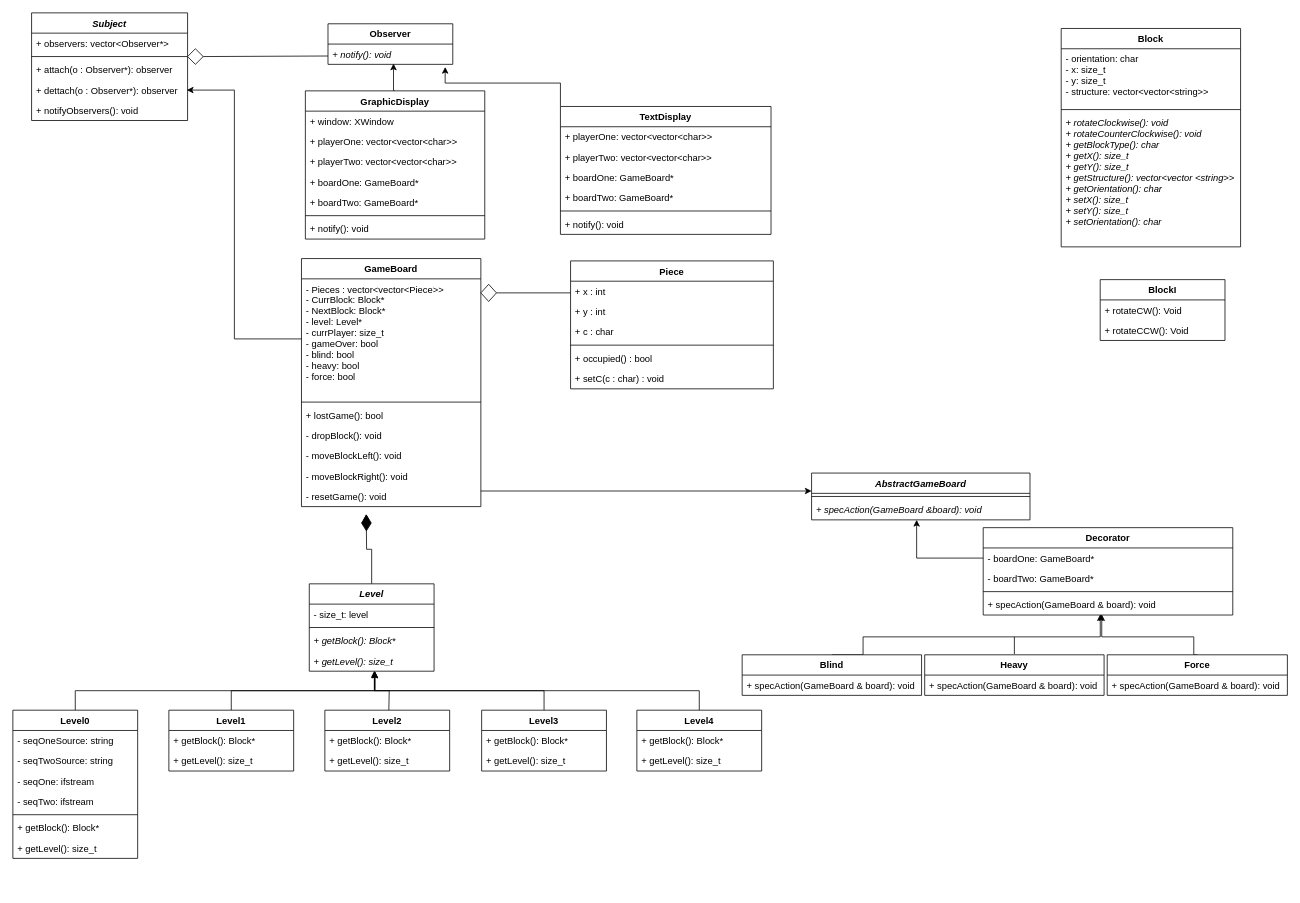
velomafinsights/biquadris keeps this draw.io diagram as UML.drawio. Above is the earlier version. Source tidied: cells renumbered, new cells numbered last; positions are measured from the earlier drawing's top-left corner, leaving out a move shared by most shapes. Both pictures are drawn from the tidied source at 78%, with x=0, y=0 at pixel (12, 12).
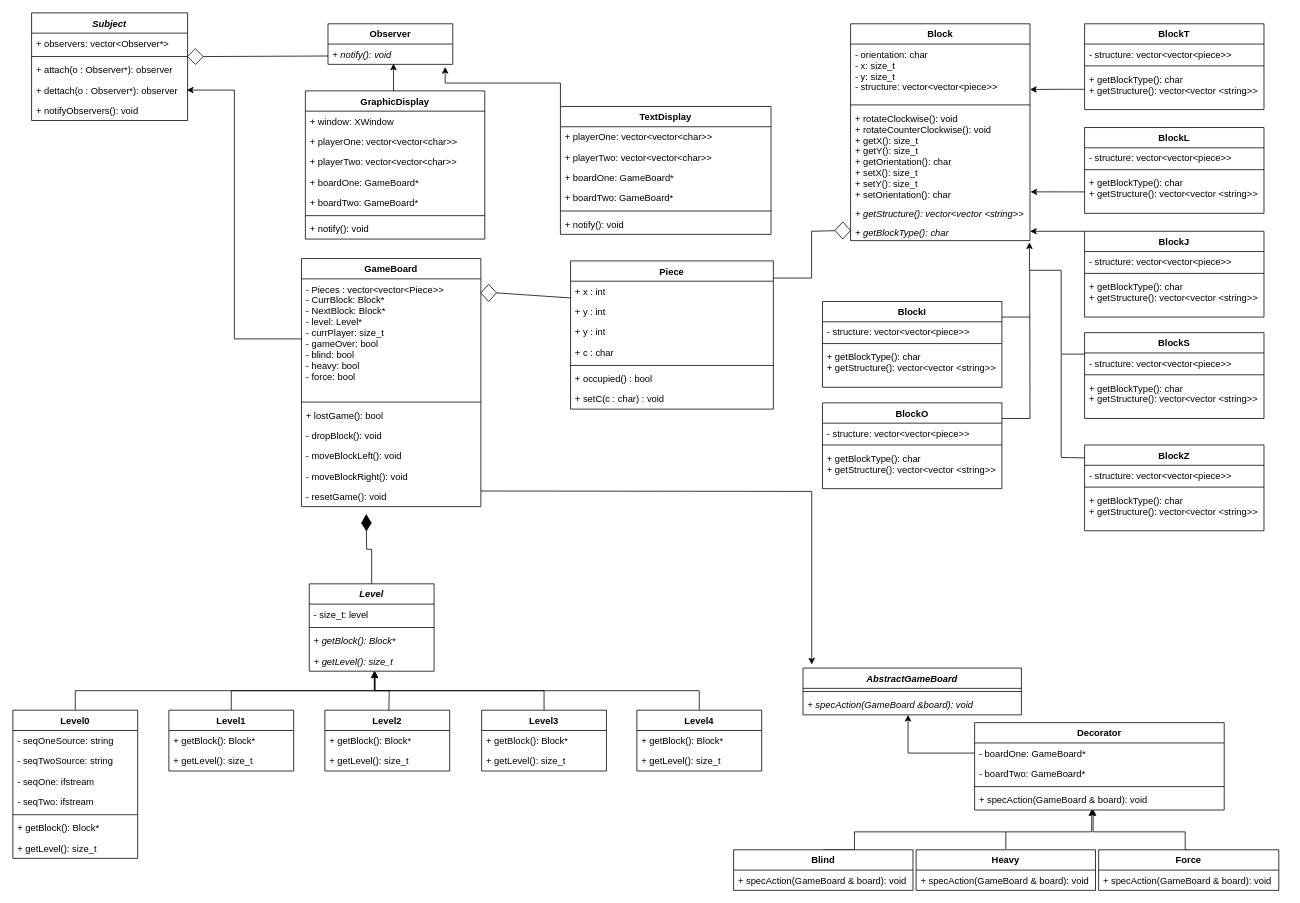
The same diagram, later.

Commit message:
Almost Final Copy

The change refers to these unchanged cells:
```xml
<mxCell id="46" value="+ specAction(GameBoard &amp; board): void" style="text;strokeColor=none;fillColor=none;align=left;verticalAlign=top;spacingLeft=4;spacingRight=4;overflow=hidden;points=[[0,0.5],[1,0.5]];portConstraint=eastwest;" parent="42" vertex="1">
  <mxGeometry y="86" width="320" height="26" as="geometry" />
</mxCell>
```

The edit, as a diff of the source:
```diff
@@
     <mxCell id="35" value="Block" style="swimlane;fontStyle=1;align=center;verticalAlign=top;horizontal=1;startSize=26;" parent="1" vertex="1">
-      <mxGeometry x="1344" y="20" width="230" height="280" as="geometry" />
+      <mxGeometry x="1074" y="14" width="230" height="278" as="geometry" />
     </mxCell>
-    <mxCell id="36" value="- orientation: char&#10;- x: size_t&#10;- y: size_t&#10;- structure: vector&lt;vector&lt;string&gt;&gt;" style="text;strokeColor=none;fillColor=none;align=left;verticalAlign=top;spacingLeft=4;spacingRight=4;overflow=hidden;points=[[0,0.5],[1,0.5]];portConstraint=eastwest;" parent="35" vertex="1">
+    <mxCell id="36" value="- orientation: char&#10;- x: size_t&#10;- y: size_t&#10;- structure: vector&lt;vector&lt;piece&gt;&gt;" style="text;strokeColor=none;fillColor=none;align=left;verticalAlign=top;spacingLeft=4;spacingRight=4;overflow=hidden;points=[[0,0.5],[1,0.5]];portConstraint=eastwest;" parent="35" vertex="1">
       <mxGeometry y="26" width="230" height="74" as="geometry" />
     </mxCell>
@@
-    <mxCell id="38" value="+ rotateClockwise(): void&#10;+ rotateCounterClockwise(): void&#10;+ getBlockType(): char&#10;+ getX(): size_t&#10;+ getY(): size_t&#10;+ getStructure(): vector&lt;vector &lt;string&gt;&gt;&#10;+ getOrientation(): char&#10;+ setX(): size_t&#10;+ setY(): size_t&#10;+ setOrientation(): char&#10;" style="text;strokeColor=none;fillColor=none;align=left;verticalAlign=top;spacingLeft=4;spacingRight=4;overflow=hidden;points=[[0,0.5],[1,0.5]];portConstraint=eastwest;fontStyle=2;" parent="35" vertex="1">
-      <mxGeometry y="108" width="230" height="172" as="geometry" />
+    <mxCell id="38" value="+ rotateClockwise(): void&#10;+ rotateCounterClockwise(): void&#10;+ getX(): size_t&#10;+ getY(): size_t&#10;+ getOrientation(): char&#10;+ setX(): size_t&#10;+ setY(): size_t&#10;+ setOrientation(): char" style="text;strokeColor=none;fillColor=none;align=left;verticalAlign=top;spacingLeft=4;spacingRight=4;overflow=hidden;points=[[0,0.5],[1,0.5]];portConstraint=eastwest;fontStyle=0;" parent="35" vertex="1">
+      <mxGeometry y="108" width="230" height="122" as="geometry" />
     </mxCell>
-    <mxCell id="39" value="BlockI" style="swimlane;fontStyle=1;align=center;verticalAlign=top;horizontal=1;startSize=26;" parent="1" vertex="1">
-      <mxGeometry x="1394" y="342" width="160" height="78" as="geometry" />
-    </mxCell>
-    <mxCell id="40" value="+ rotateCW(): Void" style="text;strokeColor=none;fillColor=none;align=left;verticalAlign=top;spacingLeft=4;spacingRight=4;overflow=hidden;" parent="39" vertex="1">
-      <mxGeometry y="26" width="160" height="26" as="geometry" />
-    </mxCell>
-    <mxCell id="41" value="+ rotateCCW(): Void" style="text;strokeColor=none;fillColor=none;align=left;verticalAlign=top;spacingLeft=4;spacingRight=4;overflow=hidden;" parent="39" vertex="1">
-      <mxGeometry y="52" width="160" height="26" as="geometry" />
-    </mxCell>
+    <mxCell id="105" value="+ getStructure(): vector&lt;vector &lt;string&gt;&gt;" style="text;strokeColor=none;fillColor=none;align=left;verticalAlign=top;spacingLeft=4;spacingRight=4;overflow=hidden;fontStyle=2;" parent="35" vertex="1">
+      <mxGeometry y="230" width="230" height="24" as="geometry" />
+    </mxCell>
+    <mxCell id="106" value="+ getBlockType(): char" style="text;strokeColor=none;fillColor=none;align=left;verticalAlign=top;spacingLeft=4;spacingRight=4;overflow=hidden;points=[[0,0.5],[1,0.5]];portConstraint=eastwest;fontStyle=2;" parent="35" vertex="1">
+      <mxGeometry y="254" width="230" height="24" as="geometry" />
+    </mxCell>
     <mxCell id="42" value="Decorator&#10;" style="swimlane;fontStyle=1;align=center;verticalAlign=top;horizontal=1;startSize=26;" parent="1" vertex="1">
-      <mxGeometry x="1244" y="660" width="320" height="112" as="geometry" />
+      <mxGeometry x="1233" y="910" width="320" height="112" as="geometry" />
     </mxCell>
@@
     <mxCell id="47" value="Piece" style="swimlane;fontStyle=1;align=center;verticalAlign=top;horizontal=1;startSize=26;" parent="1" vertex="1">
-      <mxGeometry x="715" y="318" width="260" height="164" as="geometry" />
+      <mxGeometry x="715" y="318" width="260" height="190" as="geometry" />
     </mxCell>
@@
+    <mxCell id="107" value="+ y : int" style="text;strokeColor=none;fillColor=none;align=left;verticalAlign=top;spacingLeft=4;spacingRight=4;overflow=hidden;" parent="47" vertex="1">
+      <mxGeometry y="78" width="260" height="26" as="geometry" />
+    </mxCell>
     <mxCell id="50" value="+ c : char" style="text;strokeColor=none;fillColor=none;align=left;verticalAlign=top;spacingLeft=4;spacingRight=4;overflow=hidden;" parent="47" vertex="1">
-      <mxGeometry y="78" width="260" height="26" as="geometry" />
+      <mxGeometry y="104" width="260" height="26" as="geometry" />
     </mxCell>
     <mxCell id="51" style="line;strokeWidth=1;fillColor=none;align=left;verticalAlign=middle;spacingTop=-1;spacingLeft=3;spacingRight=3;labelPosition=right;strokeColor=inherit;" parent="47" vertex="1">
-      <mxGeometry y="104" width="260" height="8" as="geometry" />
+      <mxGeometry y="130" width="260" height="8" as="geometry" />
     </mxCell>
     <mxCell id="52" value="+ occupied() : bool" style="text;strokeColor=none;fillColor=none;align=left;verticalAlign=top;spacingLeft=4;spacingRight=4;overflow=hidden;" parent="47" vertex="1">
-      <mxGeometry y="112" width="260" height="26" as="geometry" />
+      <mxGeometry y="138" width="260" height="26" as="geometry" />
     </mxCell>
     <mxCell id="53" value="+ setC(c : char) : void" style="text;strokeColor=none;fillColor=none;align=left;verticalAlign=top;spacingLeft=4;spacingRight=4;overflow=hidden;" parent="47" vertex="1">
-      <mxGeometry y="138" width="260" height="26" as="geometry" />
+      <mxGeometry y="164" width="260" height="26" as="geometry" />
     </mxCell>
     <mxCell id="54" style="edgeStyle=orthogonalEdgeStyle;rounded=0;jettySize=auto;html=1;exitX=0.5;exitY=0;exitDx=0;exitDy=0;entryX=0.469;entryY=0.962;entryDx=0;entryDy=0;entryPerimeter=0;" parent="1" edge="1" source="55" target="46">
       <mxGeometry relative="1" as="geometry">
         <Array as="points">
-          <mxPoint x="1090" y="800" />
-          <mxPoint x="1394" y="800" />
+          <mxPoint x="1079" y="1050" />
+          <mxPoint x="1383" y="1050" />
         </Array>
       </mxGeometry>
     </mxCell>
     <mxCell id="55" value="Blind" style="swimlane;fontStyle=1;align=center;verticalAlign=top;horizontal=1;startSize=26;" parent="1" vertex="1">
-      <mxGeometry x="935" y="823" width="230" height="52" as="geometry" />
+      <mxGeometry x="924" y="1073" width="230" height="52" as="geometry" />
     </mxCell>
@@
     <mxCell id="57" style="edgeStyle=orthogonalEdgeStyle;rounded=0;jettySize=auto;html=1;exitX=0.5;exitY=0;exitDx=0;exitDy=0;entryX=0.475;entryY=0.962;entryDx=0;entryDy=0;entryPerimeter=0;" parent="1" edge="1" source="58" target="46">
       <mxGeometry relative="1" as="geometry">
         <Array as="points">
-          <mxPoint x="1514" y="800" />
-          <mxPoint x="1396" y="800" />
+          <mxPoint x="1503" y="1050" />
+          <mxPoint x="1385" y="1050" />
         </Array>
       </mxGeometry>
     </mxCell>
     <mxCell id="58" value="Force" style="swimlane;fontStyle=1;align=center;verticalAlign=top;horizontal=1;startSize=26;" parent="1" vertex="1">
-      <mxGeometry x="1403" y="823" width="231" height="52" as="geometry" />
+      <mxGeometry x="1392" y="1073" width="231" height="52" as="geometry" />
     </mxCell>
@@
     <mxCell id="60" value="Heavy" style="swimlane;fontStyle=1;align=center;verticalAlign=top;horizontal=1;startSize=26;" parent="1" vertex="1">
-      <mxGeometry x="1169" y="823" width="230" height="52" as="geometry" />
+      <mxGeometry x="1158" y="1073" width="230" height="52" as="geometry" />
     </mxCell>
@@
     <mxCell id="66" value="AbstractGameBoard" style="swimlane;fontStyle=3;align=center;verticalAlign=top;horizontal=1;startSize=26;" parent="1" vertex="1">
-      <mxGeometry x="1024" y="590" width="280" height="60" as="geometry" />
+      <mxGeometry x="1013" y="840" width="280" height="60" as="geometry" />
     </mxCell>
@@
-    <mxCell id="70" style="edgeStyle=orthogonalEdgeStyle;rounded=0;orthogonalLoop=1;jettySize=auto;html=1;exitX=1;exitY=0.5;exitDx=0;exitDy=0;entryX=0;entryY=0.5;entryDx=0;entryDy=0;" parent="1" edge="1">
+    <mxCell id="70" style="edgeStyle=orthogonalEdgeStyle;rounded=0;jettySize=auto;html=1;exitX=1;exitY=0.5;exitDx=0;exitDy=0;entryX=0.04;entryY=-0.076;entryDx=0;entryDy=0;entryPerimeter=0;" parent="1" edge="1" target="66">
       <mxGeometry relative="1" as="geometry">
         <mxPoint x="600" y="613" as="sourcePoint" />
-        <mxPoint x="1024" y="613" as="targetPoint" />
       </mxGeometry>
     </mxCell>
@@
     <mxCell id="104" style="endArrow=none;html=1;rounded=0;" parent="1" edge="1">
       <mxGeometry relative="1" as="geometry">
-        <mxPoint x="1284" y="822" as="sourcePoint" />
-        <mxPoint x="1284" y="800" as="targetPoint" />
+        <mxPoint x="1273" y="1072" as="sourcePoint" />
+        <mxPoint x="1273" y="1050" as="targetPoint" />
       </mxGeometry>
     </mxCell>
+    <mxCell id="39" value="BlockI" style="swimlane;fontStyle=1;align=center;verticalAlign=top;horizontal=1;startSize=26;" parent="1" vertex="1">
+      <mxGeometry x="1038" y="370" width="230" height="110" as="geometry" />
+    </mxCell>
+    <mxCell id="108" value="- structure: vector&lt;vector&lt;piece&gt;&gt;" style="text;strokeColor=none;fillColor=none;align=left;verticalAlign=top;spacingLeft=4;spacingRight=4;overflow=hidden;" parent="39" vertex="1">
+      <mxGeometry y="26" width="230" height="24" as="geometry" />
+    </mxCell>
+    <mxCell id="109" style="line;strokeWidth=1;fillColor=none;align=left;verticalAlign=middle;spacingTop=-1;spacingLeft=3;spacingRight=3;labelPosition=right;strokeColor=inherit;" parent="39" vertex="1">
+      <mxGeometry y="50" width="230" height="8" as="geometry" />
+    </mxCell>
+    <mxCell id="110" value="+ getBlockType(): char&#10;+ getStructure(): vector&lt;vector &lt;string&gt;&gt;&#10;" style="text;strokeColor=none;fillColor=none;align=left;verticalAlign=top;spacingLeft=4;spacingRight=4;overflow=hidden;fontStyle=0;" parent="39" vertex="1">
+      <mxGeometry y="58" width="230" height="52" as="geometry" />
+    </mxCell>
+    <mxCell id="111" style="endArrow=none;html=1;rounded=0;" parent="1" edge="1">
+      <mxGeometry relative="1" as="geometry">
+        <mxPoint x="975" y="340" as="sourcePoint" />
+        <mxPoint x="1024" y="340" as="targetPoint" />
+      </mxGeometry>
+    </mxCell>
+    <mxCell id="112" style="endArrow=none;html=1;rounded=0;" parent="1" edge="1">
+      <mxGeometry relative="1" as="geometry">
+        <mxPoint x="1024" y="280" as="sourcePoint" />
+        <mxPoint x="1024" y="340" as="targetPoint" />
+      </mxGeometry>
+    </mxCell>
+    <mxCell id="113" style="endArrow=none;html=1;rounded=0;startArrow=none;" parent="1" edge="1" source="114">
+      <mxGeometry relative="1" as="geometry">
+        <mxPoint x="1024" y="280" as="targetPoint" />
+      </mxGeometry>
+    </mxCell>
+    <mxCell id="114" style="rhombus;whiteSpace=wrap;html=1;" parent="1" vertex="1">
+      <mxGeometry x="1054" y="268" width="20" height="22" as="geometry" />
+    </mxCell>
+    <mxCell id="115" style="endArrow=none;html=1;rounded=0;" parent="1" edge="1" target="114">
+      <mxGeometry relative="1" as="geometry">
+        <mxPoint x="1074" y="280" as="sourcePoint" />
+      </mxGeometry>
+    </mxCell>
+    <mxCell id="116" style="edgeStyle=orthogonalEdgeStyle;rounded=0;jettySize=auto;html=1;exitX=0;exitY=0;exitDx=0;exitDy=0;entryX=1;entryY=0.5;entryDx=0;entryDy=0;" parent="1" edge="1" source="117" target="106">
+      <mxGeometry relative="1" as="geometry">
+        <Array as="points">
+          <mxPoint x="1354" y="280" />
+          <mxPoint x="1354" y="280" />
+        </Array>
+      </mxGeometry>
+    </mxCell>
+    <mxCell id="117" value="BlockJ" style="swimlane;fontStyle=1;align=center;verticalAlign=top;horizontal=1;startSize=26;" parent="1" vertex="1">
+      <mxGeometry x="1374" y="280" width="230" height="110" as="geometry" />
+    </mxCell>
+    <mxCell id="118" value="- structure: vector&lt;vector&lt;piece&gt;&gt;" style="text;strokeColor=none;fillColor=none;align=left;verticalAlign=top;spacingLeft=4;spacingRight=4;overflow=hidden;" parent="117" vertex="1">
+      <mxGeometry y="26" width="230" height="24" as="geometry" />
+    </mxCell>
+    <mxCell id="119" style="line;strokeWidth=1;fillColor=none;align=left;verticalAlign=middle;spacingTop=-1;spacingLeft=3;spacingRight=3;labelPosition=right;strokeColor=inherit;" parent="117" vertex="1">
+      <mxGeometry y="50" width="230" height="8" as="geometry" />
+    </mxCell>
+    <mxCell id="120" value="+ getBlockType(): char&#10;+ getStructure(): vector&lt;vector &lt;string&gt;&gt;&#10;" style="text;strokeColor=none;fillColor=none;align=left;verticalAlign=top;spacingLeft=4;spacingRight=4;overflow=hidden;fontStyle=0;" parent="117" vertex="1">
+      <mxGeometry y="58" width="230" height="52" as="geometry" />
+    </mxCell>
+    <mxCell id="121" style="edgeStyle=orthogonalEdgeStyle;rounded=0;jettySize=auto;html=1;exitX=0;exitY=0.75;exitDx=0;exitDy=0;entryX=1.003;entryY=0.881;entryDx=0;entryDy=0;entryPerimeter=0;" parent="1" edge="1" source="122" target="38">
+      <mxGeometry relative="1" as="geometry" />
+    </mxCell>
+    <mxCell id="122" value="BlockL" style="swimlane;fontStyle=1;align=center;verticalAlign=top;horizontal=1;startSize=26;" parent="1" vertex="1">
+      <mxGeometry x="1374" y="147" width="230" height="110" as="geometry" />
+    </mxCell>
+    <mxCell id="123" value="- structure: vector&lt;vector&lt;piece&gt;&gt;" style="text;strokeColor=none;fillColor=none;align=left;verticalAlign=top;spacingLeft=4;spacingRight=4;overflow=hidden;" parent="122" vertex="1">
+      <mxGeometry y="26" width="230" height="24" as="geometry" />
+    </mxCell>
+    <mxCell id="124" style="line;strokeWidth=1;fillColor=none;align=left;verticalAlign=middle;spacingTop=-1;spacingLeft=3;spacingRight=3;labelPosition=right;strokeColor=inherit;" parent="122" vertex="1">
+      <mxGeometry y="50" width="230" height="8" as="geometry" />
+    </mxCell>
+    <mxCell id="125" value="+ getBlockType(): char&#10;+ getStructure(): vector&lt;vector &lt;string&gt;&gt;&#10;" style="text;strokeColor=none;fillColor=none;align=left;verticalAlign=top;spacingLeft=4;spacingRight=4;overflow=hidden;fontStyle=0;" parent="122" vertex="1">
+      <mxGeometry y="58" width="230" height="52" as="geometry" />
+    </mxCell>
+    <mxCell id="126" value="BlockO" style="swimlane;fontStyle=1;align=center;verticalAlign=top;horizontal=1;startSize=26;" parent="1" vertex="1">
+      <mxGeometry x="1038" y="500" width="230" height="110" as="geometry" />
+    </mxCell>
+    <mxCell id="127" value="- structure: vector&lt;vector&lt;piece&gt;&gt;" style="text;strokeColor=none;fillColor=none;align=left;verticalAlign=top;spacingLeft=4;spacingRight=4;overflow=hidden;" parent="126" vertex="1">
+      <mxGeometry y="26" width="230" height="24" as="geometry" />
+    </mxCell>
+    <mxCell id="128" style="line;strokeWidth=1;fillColor=none;align=left;verticalAlign=middle;spacingTop=-1;spacingLeft=3;spacingRight=3;labelPosition=right;strokeColor=inherit;" parent="126" vertex="1">
+      <mxGeometry y="50" width="230" height="8" as="geometry" />
+    </mxCell>
+    <mxCell id="129" value="+ getBlockType(): char&#10;+ getStructure(): vector&lt;vector &lt;string&gt;&gt;&#10;" style="text;strokeColor=none;fillColor=none;align=left;verticalAlign=top;spacingLeft=4;spacingRight=4;overflow=hidden;fontStyle=0;" parent="126" vertex="1">
+      <mxGeometry y="58" width="230" height="52" as="geometry" />
+    </mxCell>
+    <mxCell id="130" style="edgeStyle=orthogonalEdgeStyle;rounded=0;jettySize=auto;html=1;exitX=0;exitY=0.25;exitDx=0;exitDy=0;entryX=0.997;entryY=1.09;entryDx=0;entryDy=0;entryPerimeter=0;" parent="1" edge="1" source="131" target="106">
+      <mxGeometry relative="1" as="geometry">
+        <Array as="points">
+          <mxPoint x="1344" y="438" />
+          <mxPoint x="1344" y="330" />
+          <mxPoint x="1303" y="330" />
+        </Array>
+      </mxGeometry>
+    </mxCell>
+    <mxCell id="131" value="BlockS" style="swimlane;fontStyle=1;align=center;verticalAlign=top;horizontal=1;startSize=26;" parent="1" vertex="1">
+      <mxGeometry x="1374" y="410" width="230" height="110" as="geometry" />
+    </mxCell>
+    <mxCell id="132" value="- structure: vector&lt;vector&lt;piece&gt;&gt;" style="text;strokeColor=none;fillColor=none;align=left;verticalAlign=top;spacingLeft=4;spacingRight=4;overflow=hidden;" parent="131" vertex="1">
+      <mxGeometry y="26" width="230" height="24" as="geometry" />
+    </mxCell>
+    <mxCell id="133" style="line;strokeWidth=1;fillColor=none;align=left;verticalAlign=middle;spacingTop=-1;spacingLeft=3;spacingRight=3;labelPosition=right;strokeColor=inherit;" parent="131" vertex="1">
+      <mxGeometry y="50" width="230" height="8" as="geometry" />
+    </mxCell>
+    <mxCell id="134" value="+ getBlockType(): char&#10;+ getStructure(): vector&lt;vector &lt;string&gt;&gt;&#10;" style="text;strokeColor=none;fillColor=none;align=left;verticalAlign=top;spacingLeft=4;spacingRight=4;overflow=hidden;fontStyle=0;" parent="131" vertex="1">
+      <mxGeometry y="58" width="230" height="52" as="geometry" />
+    </mxCell>
+    <mxCell id="135" value="BlockZ" style="swimlane;fontStyle=1;align=center;verticalAlign=top;horizontal=1;startSize=26;" parent="1" vertex="1">
+      <mxGeometry x="1374" y="554" width="230" height="110" as="geometry" />
+    </mxCell>
+    <mxCell id="136" value="- structure: vector&lt;vector&lt;piece&gt;&gt;" style="text;strokeColor=none;fillColor=none;align=left;verticalAlign=top;spacingLeft=4;spacingRight=4;overflow=hidden;" parent="135" vertex="1">
+      <mxGeometry y="26" width="230" height="24" as="geometry" />
+    </mxCell>
+    <mxCell id="137" style="line;strokeWidth=1;fillColor=none;align=left;verticalAlign=middle;spacingTop=-1;spacingLeft=3;spacingRight=3;labelPosition=right;strokeColor=inherit;" parent="135" vertex="1">
+      <mxGeometry y="50" width="230" height="8" as="geometry" />
+    </mxCell>
+    <mxCell id="138" value="+ getBlockType(): char&#10;+ getStructure(): vector&lt;vector &lt;string&gt;&gt;&#10;" style="text;strokeColor=none;fillColor=none;align=left;verticalAlign=top;spacingLeft=4;spacingRight=4;overflow=hidden;fontStyle=0;" parent="135" vertex="1">
+      <mxGeometry y="58" width="230" height="52" as="geometry" />
+    </mxCell>
+    <mxCell id="139" value="BlockT" style="swimlane;fontStyle=1;align=center;verticalAlign=top;horizontal=1;startSize=26;" parent="1" vertex="1">
+      <mxGeometry x="1374" y="14" width="230" height="110" as="geometry" />
+    </mxCell>
+    <mxCell id="140" value="- structure: vector&lt;vector&lt;piece&gt;&gt;" style="text;strokeColor=none;fillColor=none;align=left;verticalAlign=top;spacingLeft=4;spacingRight=4;overflow=hidden;" parent="139" vertex="1">
+      <mxGeometry y="26" width="230" height="24" as="geometry" />
+    </mxCell>
+    <mxCell id="141" style="line;strokeWidth=1;fillColor=none;align=left;verticalAlign=middle;spacingTop=-1;spacingLeft=3;spacingRight=3;labelPosition=right;strokeColor=inherit;" parent="139" vertex="1">
+      <mxGeometry y="50" width="230" height="8" as="geometry" />
+    </mxCell>
+    <mxCell id="142" value="+ getBlockType(): char&#10;+ getStructure(): vector&lt;vector &lt;string&gt;&gt;&#10;" style="text;strokeColor=none;fillColor=none;align=left;verticalAlign=top;spacingLeft=4;spacingRight=4;overflow=hidden;points=[[0,0.5],[1,0.5]];portConstraint=eastwest;fontStyle=0;" parent="139" vertex="1">
+      <mxGeometry y="58" width="230" height="52" as="geometry" />
+    </mxCell>
+    <mxCell id="143" style="edgeStyle=orthogonalEdgeStyle;rounded=0;jettySize=auto;html=1;exitX=0;exitY=0.5;exitDx=0;exitDy=0;entryX=1;entryY=0.787;entryDx=0;entryDy=0;entryPerimeter=0;" parent="1" edge="1" source="142" target="36">
+      <mxGeometry relative="1" as="geometry" />
+    </mxCell>
+    <mxCell id="144" style="endArrow=none;html=1;rounded=0;" parent="1" edge="1">
+      <mxGeometry relative="1" as="geometry">
+        <mxPoint x="1344" y="570" as="sourcePoint" />
+        <mxPoint x="1344" y="438" as="targetPoint" />
+      </mxGeometry>
+    </mxCell>
+    <mxCell id="145" style="endArrow=none;html=1;rounded=0;entryX=0.001;entryY=-0.021;entryDx=0;entryDy=0;entryPerimeter=0;" parent="1" edge="1">
+      <mxGeometry relative="1" as="geometry">
+        <mxPoint x="1344" y="570" as="sourcePoint" />
+        <mxPoint x="1374.2" y="570.5" as="targetPoint" />
+      </mxGeometry>
+    </mxCell>
+    <mxCell id="146" style="endArrow=none;html=1;rounded=0;" parent="1" edge="1">
+      <mxGeometry relative="1" as="geometry">
+        <mxPoint x="1304" y="520" as="sourcePoint" />
+        <mxPoint x="1303.6" y="330" as="targetPoint" />
+      </mxGeometry>
+    </mxCell>
+    <mxCell id="147" style="endArrow=none;html=1;rounded=0;" parent="1" edge="1">
+      <mxGeometry relative="1" as="geometry">
+        <mxPoint x="1268" y="520" as="sourcePoint" />
+        <mxPoint x="1304" y="520" as="targetPoint" />
+      </mxGeometry>
+    </mxCell>
+    <mxCell id="148" style="endArrow=none;html=1;rounded=0;" parent="1" edge="1">
+      <mxGeometry relative="1" as="geometry">
+        <mxPoint x="1268" y="390" as="sourcePoint" />
+        <mxPoint x="1304" y="390" as="targetPoint" />
+      </mxGeometry>
+    </mxCell>
```
